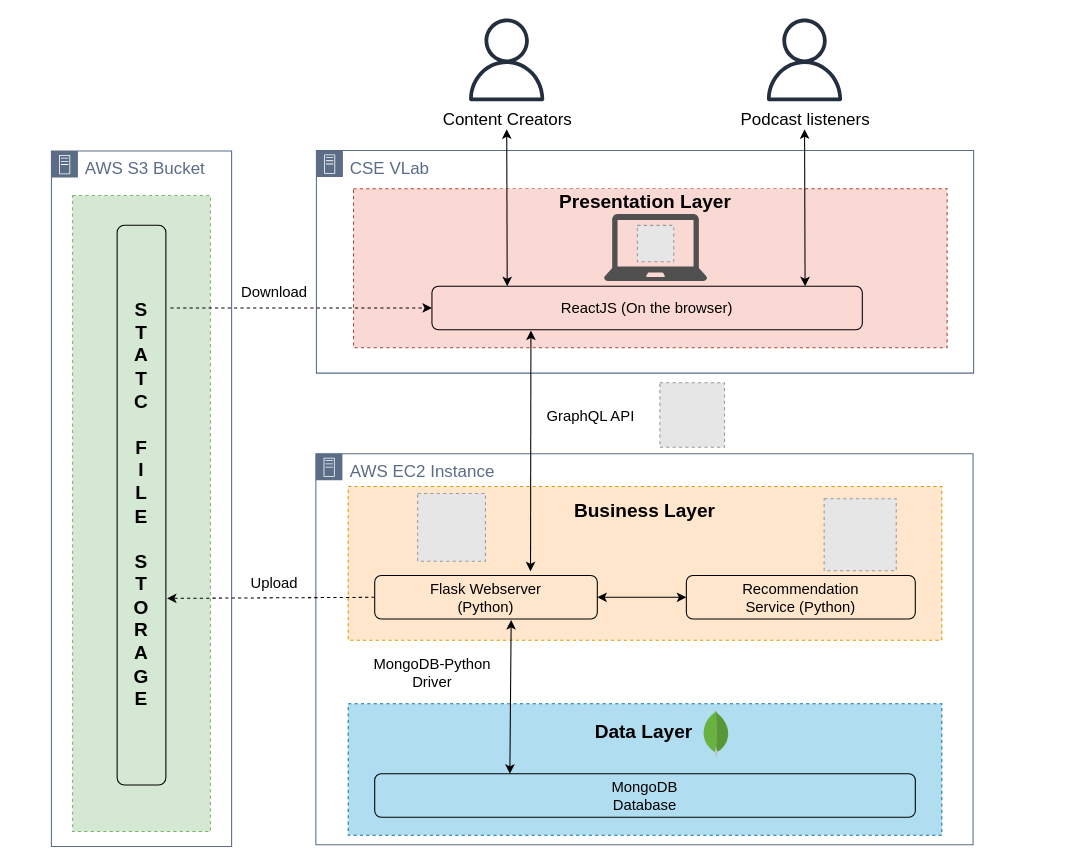
Before: docs/report/drawio/SystemArchitecture.drawio in Kevinwochan/Ultracast, a draw.io diagram. Source tidied: cells renumbered, new cells numbered last; positions are measured from the earlier drawing's top-left corner, leaving out a move shared by most shapes. Both pictures are drawn from the tidied source at 106%, with x=0, y=0 at pixel (51, 18). Pictures stored in the file or linked from it are replaced by grey dashed boxes.
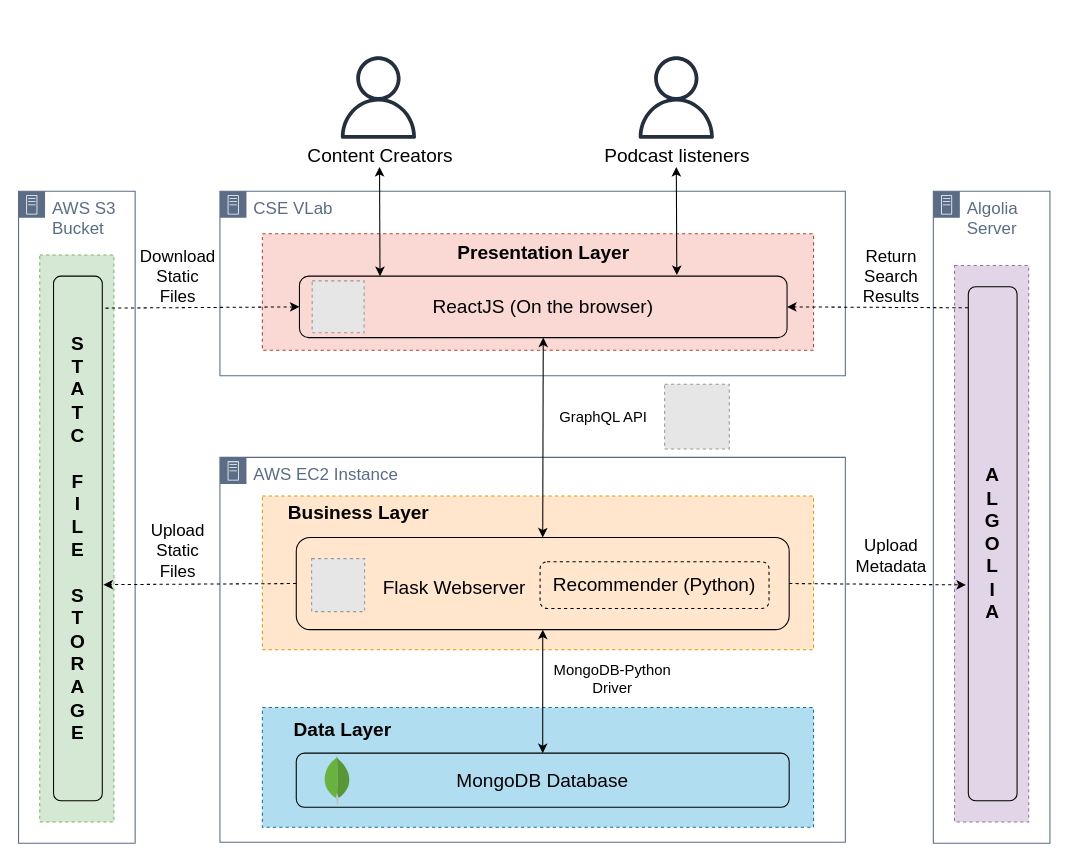
After the change.

Commit message (it also covers changes not shown here):
Update system architecture diagram

Change to the diagram source:
```diff
@@
     <mxCell id="2" value="&lt;font style=&quot;font-size: 16px&quot;&gt;AWS EC2 Instance&lt;/font&gt;" style="gradientColor=none;html=1;whiteSpace=wrap;fontSize=12;fontStyle=0;shape=mxgraph.aws4.group;grIcon=mxgraph.aws4.group_on_premise;strokeColor=#5A6C86;fillColor=none;verticalAlign=top;align=left;spacingLeft=30;fontColor=#5A6C86;dashed=0;" parent="1" vertex="1">
-      <mxGeometry x="249.5" y="410.5" width="620" height="369" as="geometry" />
+      <mxGeometry x="159" y="414" width="590" height="363" as="geometry" />
     </mxCell>
     <mxCell id="3" style="rounded=0;whiteSpace=wrap;html=1;fillColor=#b1ddf0;dashed=1;strokeColor=#10739e;" parent="1" vertex="1">
-      <mxGeometry x="280" y="646.5" width="560" height="124" as="geometry" />
+      <mxGeometry x="199" y="650" width="520" height="113" as="geometry" />
     </mxCell>
     <mxCell id="4" value="&lt;font style=&quot;font-size: 16px&quot;&gt;CSE VLab&lt;/font&gt;" style="gradientColor=none;html=1;whiteSpace=wrap;fontSize=12;fontStyle=0;shape=mxgraph.aws4.group;grIcon=mxgraph.aws4.group_on_premise;strokeColor=#5A6C86;fillColor=none;verticalAlign=top;align=left;spacingLeft=30;fontColor=#5A6C86;dashed=0;direction=east;" parent="1" vertex="1">
-      <mxGeometry x="250" y="124.5" width="620" height="210" as="geometry" />
+      <mxGeometry x="159" y="163" width="590" height="174" as="geometry" />
     </mxCell>
     <mxCell id="5" style="rounded=0;whiteSpace=wrap;html=1;fillColor=#fad9d5;dashed=1;strokeColor=#ae4132;" parent="1" vertex="1">
-      <mxGeometry x="285" y="160.5" width="560" height="150" as="geometry" />
+      <mxGeometry x="199" y="203" width="520" height="110" as="geometry" />
     </mxCell>
     <mxCell id="6" style="rounded=0;whiteSpace=wrap;html=1;fillColor=#ffe6cc;dashed=1;strokeColor=#d79b00;" parent="1" vertex="1">
-      <mxGeometry x="280" y="441.5" width="560" height="145" as="geometry" />
+      <mxGeometry x="199" y="450.5" width="520" height="145" as="geometry" />
     </mxCell>
-    <mxCell id="7" style="endArrow=classic;html=1;startArrow=classic;startFill=1;exitX=0.25;exitY=0;exitDx=0;exitDy=0;entryX=0.613;entryY=1.023;entryDx=0;entryDy=0;entryPerimeter=0;" parent="1" edge="1" source="26" target="12">
+    <mxCell id="7" style="endArrow=classic;html=1;startArrow=classic;startFill=1;entryX=0.5;entryY=1;entryDx=0;entryDy=0;exitX=0.5;exitY=0;exitDx=0;exitDy=0;" parent="1" edge="1" source="26" target="12">
       <mxGeometry relative="1" as="geometry" />
     </mxCell>
     <mxCell id="8" value="&lt;b&gt;&lt;font style=&quot;font-size: 18px&quot;&gt;Business Layer&lt;/font&gt;&lt;/b&gt;" style="rounded=1;whiteSpace=wrap;html=1;fillColor=#ffe6cc;strokeColor=none;" parent="1" vertex="1">
-      <mxGeometry x="475" y="450" width="170" height="30" as="geometry" />
+      <mxGeometry x="204.5" y="451.5" width="170" height="30" as="geometry" />
     </mxCell>
-    <mxCell id="9" style="endArrow=classic;startArrow=classic;html=1;entryX=0.23;entryY=1.02;entryDx=0;entryDy=0;entryPerimeter=0;" parent="1" edge="1" target="17">
-      <mxGeometry relative="1" as="geometry">
-        <mxPoint x="452" y="521.5" as="sourcePoint" />
-      </mxGeometry>
+    <mxCell id="9" style="endArrow=classic;startArrow=classic;html=1;entryX=0.5;entryY=1;entryDx=0;entryDy=0;exitX=0.5;exitY=0;exitDx=0;exitDy=0;" parent="1" edge="1" source="12" target="17">
+      <mxGeometry relative="1" as="geometry" />
     </mxCell>
-    <mxCell id="10" style="fillColor=#E6E6E6;strokeColor=#999999;dashed=1;html=1;verticalAlign=top;verticalLabelPosition=bottom;labelBackgroundColor=#ffffff;" parent="1" vertex="1">
-      <mxGeometry x="729" y="453" width="68" height="68" as="geometry" />
-    </mxCell>
-    <mxCell id="11" value="&lt;font style=&quot;font-size: 14px&quot;&gt;Recommendation&lt;br&gt;Service (Python)&lt;/font&gt;" style="rounded=1;whiteSpace=wrap;html=1;fillColor=none;" parent="1" vertex="1">
-      <mxGeometry x="599" y="525.5" width="216" height="41" as="geometry" />
-    </mxCell>
-    <mxCell id="12" value="&lt;font style=&quot;font-size: 14px&quot;&gt;Flask Webserver&lt;br&gt;(Python)&lt;/font&gt;" style="rounded=1;whiteSpace=wrap;html=1;fillColor=none;" parent="1" vertex="1">
-      <mxGeometry x="305" y="525.5" width="210" height="41" as="geometry" />
-    </mxCell>
-    <mxCell id="13" style="fillColor=#E6E6E6;strokeColor=#999999;dashed=1;html=1;verticalAlign=top;verticalLabelPosition=bottom;labelBackgroundColor=#ffffff;" parent="1" vertex="1">
-      <mxGeometry x="345.5" y="448" width="64" height="64" as="geometry" />
-    </mxCell>
-    <mxCell id="14" style="endArrow=classic;startArrow=classic;html=1;entryX=0;entryY=0.5;entryDx=0;entryDy=0;exitX=1;exitY=0.5;exitDx=0;exitDy=0;" parent="1" edge="1" source="12" target="11">
-      <mxGeometry relative="1" as="geometry" />
-    </mxCell>
     <mxCell id="15" value="&lt;font style=&quot;font-size: 14px&quot;&gt;MongoDB-Python&lt;br&gt;Driver&lt;/font&gt;" style="text;html=1;align=center;verticalAlign=middle;" parent="1" vertex="1">
-      <mxGeometry x="294" y="597" width="130" height="40" as="geometry" />
+      <mxGeometry x="464" y="603" width="130" height="40" as="geometry" />
     </mxCell>
     <mxCell id="16" value="&lt;b&gt;&lt;font style=&quot;font-size: 18px&quot;&gt;Presentation Layer&lt;/font&gt;&lt;/b&gt;" style="rounded=1;whiteSpace=wrap;html=1;fillColor=#fad9d5;strokeColor=none;" parent="1" vertex="1">
-      <mxGeometry x="417.5" y="160.5" width="285" height="24" as="geometry" />
+      <mxGeometry x="321.5" y="209" width="285" height="24" as="geometry" />
     </mxCell>
-    <mxCell id="17" value="&lt;font style=&quot;font-size: 14px&quot;&gt;ReactJS (On the browser)&lt;/font&gt;" style="rounded=1;whiteSpace=wrap;html=1;fillColor=none;" parent="1" vertex="1">
-      <mxGeometry x="359" y="252.5" width="406" height="41" as="geometry" />
+    <mxCell id="17" value="&lt;font style=&quot;font-size: 18px&quot;&gt;ReactJS (On the browser)&lt;/font&gt;" style="rounded=1;whiteSpace=wrap;html=1;fillColor=none;" parent="1" vertex="1">
+      <mxGeometry x="234" y="243" width="460" height="58" as="geometry" />
     </mxCell>
-    <mxCell id="18" style="group;" parent="1" vertex="1">
-      <mxGeometry x="522" y="184.5" width="102" height="66" as="geometry" />
-    </mxCell>
-    <mxCell id="19" style="group;" parent="18" vertex="1">
-      <mxGeometry width="97.5" height="63.2" as="geometry" />
-    </mxCell>
-    <mxCell id="20" style="group;" parent="19" vertex="1">
-      <mxGeometry x="-0.8" width="97.5" height="63.2" as="geometry" />
-    </mxCell>
-    <mxCell id="21" style="shadow=0;dashed=0;html=1;strokeColor=none;fillColor=#505050;labelPosition=center;verticalLabelPosition=bottom;verticalAlign=top;align=center;shape=mxgraph.office.devices.laptop;" parent="20" vertex="1">
-      <mxGeometry width="97.5" height="63.2" as="geometry" />
-    </mxCell>
-    <mxCell id="22" style="fillColor=#E6E6E6;strokeColor=#999999;dashed=1;html=1;verticalAlign=top;verticalLabelPosition=bottom;labelBackgroundColor=#ffffff;" parent="20" vertex="1">
-      <mxGeometry x="31.6" y="10.6" width="34.3" height="34.3" as="geometry" />
-    </mxCell>
     <mxCell id="23" style="endArrow=classic;html=1;startArrow=classic;startFill=1;" parent="1" edge="1" target="32">
       <mxGeometry relative="1" as="geometry">
-        <mxPoint x="711" y="252.5" as="sourcePoint" />
+        <mxPoint x="590" y="242" as="sourcePoint" />
       </mxGeometry>
     </mxCell>
     <mxCell id="24" style="endArrow=classic;html=1;startArrow=classic;startFill=1;" parent="1" edge="1" target="34">
       <mxGeometry relative="1" as="geometry">
-        <mxPoint x="430" y="252.5" as="sourcePoint" />
+        <mxPoint x="310" y="243" as="sourcePoint" />
       </mxGeometry>
     </mxCell>
     <mxCell id="25" value="&lt;b&gt;&lt;font style=&quot;font-size: 18px&quot;&gt;Data Layer&lt;/font&gt;&lt;/b&gt;" style="rounded=1;whiteSpace=wrap;html=1;fillColor=#b1ddf0;strokeColor=none;" parent="1" vertex="1">
-      <mxGeometry x="478.5" y="652.5" width="160" height="40" as="geometry" />
+      <mxGeometry x="200" y="651" width="150" height="40" as="geometry" />
     </mxCell>
-    <mxCell id="26" value="&lt;font style=&quot;font-size: 14px&quot;&gt;MongoDB&lt;br&gt;Database&lt;/font&gt;" style="rounded=1;whiteSpace=wrap;html=1;fillColor=none;" parent="1" vertex="1">
-      <mxGeometry x="305" y="712.5" width="510" height="41" as="geometry" />
-    </mxCell>
-    <mxCell id="27" style="dashed=0;html=1;align=center;labelPosition=center;verticalLabelPosition=bottom;verticalAlign=top;shape=mxgraph.weblogos.mongodb;strokeColor=#000000;fillColor=none;" parent="1" vertex="1">
-      <mxGeometry x="614.5" y="652.5" width="25" height="45" as="geometry" />
-    </mxCell>
     <mxCell id="28" style="group;" parent="1" vertex="1">
-      <mxGeometry x="458.5" y="343.5" width="176.5" height="61" as="geometry" />
+      <mxGeometry x="463" y="345" width="176.5" height="61" as="geometry" />
     </mxCell>
     <mxCell id="29" value="&lt;font style=&quot;font-size: 14px&quot;&gt;GraphQL API&lt;/font&gt;" style="rounded=1;whiteSpace=wrap;html=1;fillColor=none;strokeColor=none;direction=south;" parent="28" vertex="1">
-      <mxGeometry y="11" width="100" height="40" as="geometry" />
+      <mxGeometry x="8" y="10.5" width="100" height="40" as="geometry" />
     </mxCell>
@@
     <mxCell id="31" style="fontColor=#232F3E;gradientColor=none;fillColor=#232F3E;strokeColor=none;dashed=0;verticalLabelPosition=bottom;verticalAlign=top;align=center;html=1;fontSize=12;fontStyle=0;shape=mxgraph.aws4.user;" parent="1" vertex="1">
-      <mxGeometry x="671.5" width="78" height="78" as="geometry" />
+      <mxGeometry x="550.5" y="35.5" width="78" height="78" as="geometry" />
     </mxCell>
-    <mxCell id="32" value="&lt;font style=&quot;font-size: 16px&quot;&gt;Podcast listeners&lt;/font&gt;" style="text;html=1;align=center;verticalAlign=middle;points=[];" parent="1" vertex="1">
-      <mxGeometry x="640.5" y="84.5" width="140" height="20" as="geometry" />
+    <mxCell id="32" value="&lt;font style=&quot;font-size: 18px&quot;&gt;Podcast listeners&lt;/font&gt;" style="text;html=1;align=center;verticalAlign=middle;points=[];" parent="1" vertex="1">
+      <mxGeometry x="514.5" y="120" width="150" height="20" as="geometry" />
     </mxCell>
     <mxCell id="33" style="fontColor=#232F3E;gradientColor=none;fillColor=#232F3E;strokeColor=none;dashed=0;verticalLabelPosition=bottom;verticalAlign=top;align=center;html=1;fontSize=12;fontStyle=0;shape=mxgraph.aws4.user;" parent="1" vertex="1">
-      <mxGeometry x="390.5" width="78" height="78" as="geometry" />
+      <mxGeometry x="269.5" y="35.5" width="78" height="78" as="geometry" />
     </mxCell>
-    <mxCell id="34" value="&lt;font style=&quot;font-size: 16px&quot;&gt;Content Creators&lt;/font&gt;" style="text;html=1;align=center;verticalAlign=middle;points=[];direction=south;" parent="1" vertex="1">
-      <mxGeometry x="359.5" y="84.5" width="140" height="20" as="geometry" />
+    <mxCell id="34" value="&lt;font style=&quot;font-size: 18px&quot;&gt;Content Creators&lt;/font&gt;" style="text;html=1;align=center;verticalAlign=middle;points=[];direction=south;" parent="1" vertex="1">
+      <mxGeometry x="234.5" y="120" width="150" height="20" as="geometry" />
     </mxCell>
     <mxCell id="35" value="&lt;font style=&quot;font-size: 16px&quot;&gt;AWS S3 Bucket&lt;/font&gt;" style="gradientColor=none;html=1;whiteSpace=wrap;fontSize=12;fontStyle=0;shape=mxgraph.aws4.group;grIcon=mxgraph.aws4.group_on_premise;strokeColor=#5A6C86;fillColor=none;verticalAlign=top;align=left;spacingLeft=30;fontColor=#5A6C86;dashed=0;" parent="1" vertex="1">
-      <mxGeometry y="125" width="170" height="656" as="geometry" />
+      <mxGeometry x="-31" y="163" width="110" height="615" as="geometry" />
     </mxCell>
     <mxCell id="36" style="rounded=0;whiteSpace=wrap;html=1;fillColor=#d5e8d4;dashed=1;strokeColor=#82b366;" parent="1" vertex="1">
-      <mxGeometry x="20" y="167" width="130" height="600" as="geometry" />
+      <mxGeometry x="-11" y="223" width="70" height="535" as="geometry" />
     </mxCell>
     <mxCell id="37" value="&lt;font style=&quot;font-size: 18px&quot;&gt;&lt;b&gt;S&lt;br&gt;T&lt;br&gt;A&lt;br&gt;T&lt;br&gt;C&lt;br&gt;&lt;br&gt;F&lt;br&gt;I&lt;br&gt;L&lt;br&gt;E&lt;br&gt;&lt;br&gt;S&lt;br&gt;T&lt;br&gt;O&lt;br&gt;R&lt;br&gt;A&lt;br&gt;G&lt;br&gt;E&lt;/b&gt;&lt;br&gt;&lt;/font&gt;" style="rounded=1;whiteSpace=wrap;html=1;fillColor=none;" parent="1" vertex="1">
-      <mxGeometry x="62" y="195" width="46" height="528" as="geometry" />
+      <mxGeometry x="2" y="243" width="46" height="495" as="geometry" />
     </mxCell>
-    <mxCell id="38" style="endArrow=classic;html=1;exitX=0;exitY=0.5;exitDx=0;exitDy=0;dashed=1;" parent="1" edge="1" source="12">
-      <mxGeometry relative="1" as="geometry">
-        <mxPoint x="109" y="547" as="targetPoint" />
-      </mxGeometry>
+    <mxCell id="38" style="endArrow=classic;html=1;exitX=0;exitY=0.5;exitDx=0;exitDy=0;dashed=1;entryX=1.024;entryY=0.588;entryDx=0;entryDy=0;entryPerimeter=0;" parent="1" edge="1" source="12" target="37">
+      <mxGeometry relative="1" as="geometry" />
     </mxCell>
-    <mxCell id="39" value="&lt;span style=&quot;font-size: 14px&quot;&gt;Upload&lt;/span&gt;" style="text;html=1;align=center;verticalAlign=middle;" parent="1" vertex="1">
-      <mxGeometry x="180" y="523" width="60" height="20" as="geometry" />
+    <mxCell id="39" value="&lt;span style=&quot;font-size: 16px&quot;&gt;Download&lt;br&gt;Static&lt;br&gt;Files&lt;br&gt;&lt;/span&gt;" style="text;html=1;align=center;verticalAlign=middle;" parent="1" vertex="1">
+      <mxGeometry x="74" y="218" width="90" height="50" as="geometry" />
     </mxCell>
-    <mxCell id="40" style="endArrow=classic;html=1;dashed=1;entryX=0;entryY=0.5;entryDx=0;entryDy=0;exitX=1.094;exitY=0.148;exitDx=0;exitDy=0;exitPerimeter=0;" parent="1" edge="1" source="37" target="17">
+    <mxCell id="40" style="endArrow=classic;html=1;dashed=1;entryX=0;entryY=0.5;entryDx=0;entryDy=0;exitX=1.065;exitY=0.061;exitDx=0;exitDy=0;exitPerimeter=0;" parent="1" edge="1" source="37" target="17">
       <mxGeometry relative="1" as="geometry" />
     </mxCell>
-    <mxCell id="41" value="&lt;span style=&quot;font-size: 14px&quot;&gt;Download&lt;/span&gt;" style="text;html=1;align=center;verticalAlign=middle;" parent="1" vertex="1">
-      <mxGeometry x="170" y="247.5" width="80" height="20" as="geometry" />
-    </mxCell>
+    <mxCell id="42" value="&lt;font style=&quot;font-size: 16px&quot;&gt;Algolia&lt;br&gt;Server&lt;br&gt;&lt;/font&gt;" style="gradientColor=none;html=1;whiteSpace=wrap;fontSize=12;fontStyle=0;shape=mxgraph.aws4.group;grIcon=mxgraph.aws4.group_on_premise;strokeColor=#5A6C86;fillColor=none;verticalAlign=top;align=left;spacingLeft=30;fontColor=#5A6C86;dashed=0;" parent="1" vertex="1">
+      <mxGeometry x="832" y="163" width="110" height="615" as="geometry" />
+    </mxCell>
+    <mxCell id="43" style="rounded=0;whiteSpace=wrap;html=1;fillColor=#e1d5e7;dashed=1;strokeColor=#9673a6;" parent="1" vertex="1">
+      <mxGeometry x="852" y="233" width="70" height="525" as="geometry" />
+    </mxCell>
+    <mxCell id="44" value="&lt;font style=&quot;font-size: 18px&quot;&gt;&lt;b&gt;A&lt;br&gt;L&lt;br&gt;G&lt;br&gt;O&lt;br&gt;L&lt;br&gt;I&lt;br&gt;A&lt;/b&gt;&lt;br&gt;&lt;/font&gt;" style="rounded=1;whiteSpace=wrap;html=1;fillColor=none;" parent="1" vertex="1">
+      <mxGeometry x="865" y="253" width="46" height="485" as="geometry" />
+    </mxCell>
+    <mxCell id="45" style="group;" parent="1" vertex="1">
+      <mxGeometry x="231" y="489.5" width="465" height="87" as="geometry" />
+    </mxCell>
+    <mxCell id="12" style="rounded=1;whiteSpace=wrap;html=1;fillColor=none;" parent="45" vertex="1">
+      <mxGeometry width="465" height="87" as="geometry" />
+    </mxCell>
+    <mxCell id="13" style="fillColor=#E6E6E6;strokeColor=#999999;dashed=1;html=1;verticalAlign=top;verticalLabelPosition=bottom;labelBackgroundColor=#ffffff;" parent="45" vertex="1">
+      <mxGeometry x="14.5" y="20" width="50" height="50" as="geometry" />
+    </mxCell>
+    <mxCell id="46" value="&lt;font style=&quot;font-size: 18px&quot;&gt;Recommender (Python)&lt;/font&gt;" style="rounded=1;whiteSpace=wrap;html=1;fillColor=none;dashed=1;" parent="45" vertex="1">
+      <mxGeometry x="230" y="23" width="216" height="44" as="geometry" />
+    </mxCell>
+    <mxCell id="47" value="&lt;font style=&quot;font-size: 18px&quot;&gt;Flask Webserver&lt;/font&gt;" style="text;html=1;" parent="45" vertex="1">
+      <mxGeometry x="80" y="30" width="160" height="30" as="geometry" />
+    </mxCell>
+    <mxCell id="26" value="&lt;span style=&quot;font-size: 18px&quot;&gt;&lt;span style=&quot;white-space: normal&quot;&gt;MongoDB&amp;nbsp;&lt;/span&gt;&lt;span style=&quot;white-space: normal&quot;&gt;Database&lt;/span&gt;&lt;/span&gt;" style="rounded=1;whiteSpace=wrap;html=1;fillColor=none;" parent="1" vertex="1">
+      <mxGeometry x="231" y="693" width="465" height="51" as="geometry" />
+    </mxCell>
+    <mxCell id="27" style="dashed=0;html=1;align=center;labelPosition=center;verticalLabelPosition=bottom;verticalAlign=top;shape=mxgraph.weblogos.mongodb;strokeColor=#000000;fillColor=none;" parent="1" vertex="1">
+      <mxGeometry x="257" y="696" width="25" height="45" as="geometry" />
+    </mxCell>
+    <mxCell id="48" style="endArrow=classic;html=1;exitX=1;exitY=0.5;exitDx=0;exitDy=0;dashed=1;entryX=-0.048;entryY=0.58;entryDx=0;entryDy=0;entryPerimeter=0;" parent="1" edge="1" source="12" target="44">
+      <mxGeometry relative="1" as="geometry" />
+    </mxCell>
+    <mxCell id="49" style="endArrow=classic;html=1;dashed=1;entryX=1;entryY=0.5;entryDx=0;entryDy=0;exitX=-0.003;exitY=0.041;exitDx=0;exitDy=0;exitPerimeter=0;" parent="1" edge="1" source="44" target="17">
+      <mxGeometry relative="1" as="geometry" />
+    </mxCell>
+    <mxCell id="50" value="&lt;span style=&quot;font-size: 16px&quot;&gt;Upload&lt;br&gt;Static&lt;br&gt;Files&lt;br&gt;&lt;/span&gt;" style="text;html=1;align=center;verticalAlign=middle;" parent="1" vertex="1">
+      <mxGeometry x="84" y="476.5" width="70" height="50" as="geometry" />
+    </mxCell>
+    <mxCell id="51" value="&lt;span style=&quot;font-size: 16px&quot;&gt;Return&lt;br&gt;Search&lt;br&gt;Results&lt;br&gt;&lt;/span&gt;" style="text;html=1;align=center;verticalAlign=middle;" parent="1" vertex="1">
+      <mxGeometry x="757" y="218" width="70" height="50" as="geometry" />
+    </mxCell>
+    <mxCell id="52" value="&lt;span style=&quot;font-size: 16px&quot;&gt;Upload&lt;br&gt;Metadata&lt;br&gt;&lt;/span&gt;" style="text;html=1;align=center;verticalAlign=middle;" parent="1" vertex="1">
+      <mxGeometry x="751.5" y="486.5" width="80" height="40" as="geometry" />
+    </mxCell>
+    <mxCell id="22" style="fillColor=#E6E6E6;strokeColor=#999999;dashed=1;html=1;verticalAlign=top;verticalLabelPosition=bottom;labelBackgroundColor=#ffffff;" parent="1" vertex="1">
+      <mxGeometry x="246" y="247.5" width="49" height="49" as="geometry" />
+    </mxCell>
```
